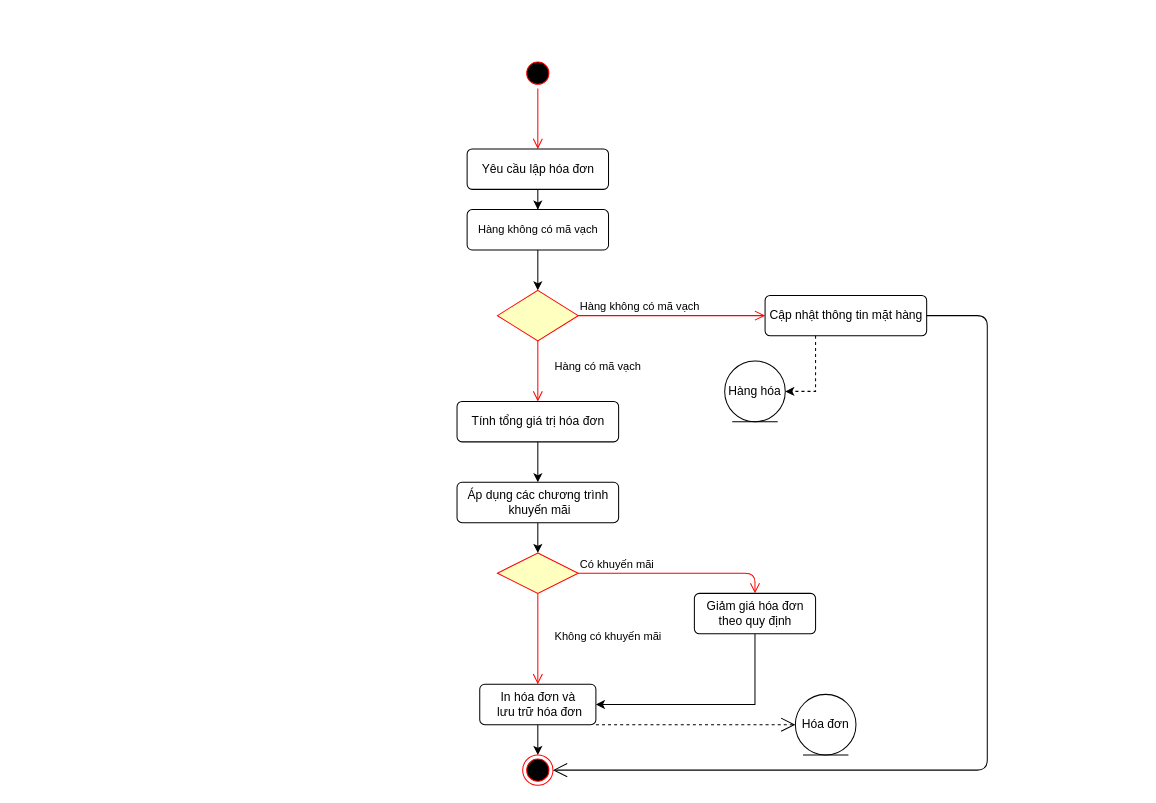
This is Diagram/Activity/QL_HoaDon.drawio from TccKaiCi/PTTK_CuaHangGiay, a draw.io file, before an edit. Source tidied: cells renumbered, new cells numbered last; positions are measured from the earlier drawing's top-left corner, leaving out a move shared by most shapes. Both pictures are drawn from the tidied source at 101%, with x=0, y=0 at pixel (457, 58).
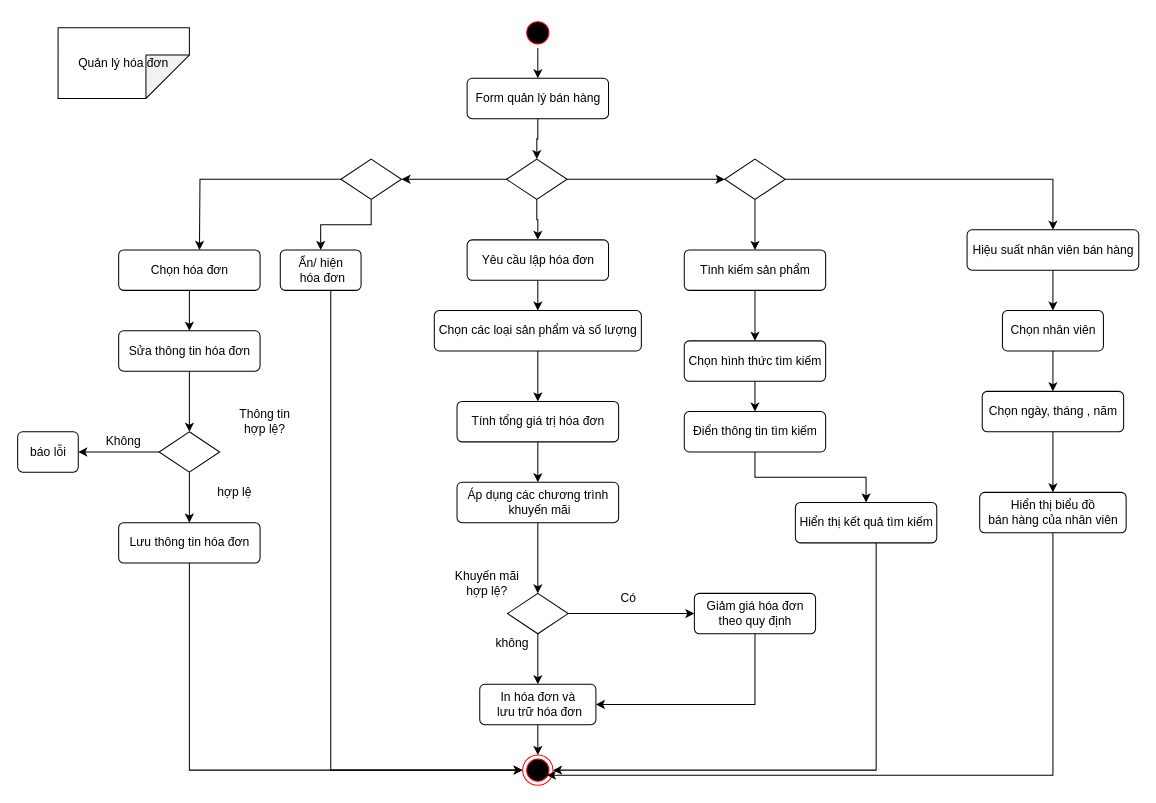
The same page after the edit.

The change refers to these unchanged cells:
```xml
<mxCell id="9" style="ellipse;html=1;shape=endState;fillColor=#000000;strokeColor=#ff0000;labelBackgroundColor=#ffffff;" parent="1" vertex="1">
  <mxGeometry x="65" y="690" width="30" height="30" as="geometry" />
</mxCell>
<mxCell id="18" value="Tính tổng giá trị hóa đơn" style="html=1;align=center;verticalAlign=middle;rounded=1;absoluteArcSize=1;arcSize=10;dashed=0;" parent="1" vertex="1">
  <mxGeometry y="340" width="160" height="40" as="geometry" />
</mxCell>
<mxCell id="20" value="Áp dụng các chương trình&lt;br&gt;&amp;nbsp;khuyến mãi" style="html=1;align=center;verticalAlign=middle;rounded=1;absoluteArcSize=1;arcSize=10;dashed=0;" parent="1" vertex="1">
  <mxGeometry y="420" width="160" height="40" as="geometry" />
</mxCell>
<mxCell id="25" value="Giảm giá hóa đơn &lt;br&gt;theo quy định" style="html=1;align=center;verticalAlign=middle;rounded=1;absoluteArcSize=1;arcSize=10;dashed=0;" parent="1" vertex="1">
  <mxGeometry x="235" y="530" width="120" height="40" as="geometry" />
</mxCell>
<mxCell id="26" value="In hóa đơn và&lt;br&gt;&amp;nbsp;lưu trữ hóa đơn" style="html=1;align=center;verticalAlign=middle;rounded=1;absoluteArcSize=1;arcSize=10;dashed=0;" parent="1" vertex="1">
  <mxGeometry x="22.5" y="620" width="115" height="40" as="geometry" />
</mxCell>
```

What changed in the source:
```diff
@@
+    <mxCell id="29" style="edgeStyle=orthogonalEdgeStyle;rounded=0;jettySize=auto;html=1;" parent="1" edge="1" source="2" target="36">
+      <mxGeometry relative="1" as="geometry" />
+    </mxCell>
     <mxCell id="2" style="ellipse;html=1;shape=startState;fillColor=#000000;strokeColor=#ff0000;" parent="1" vertex="1">
-      <mxGeometry x="65" width="30" height="30" as="geometry" />
+      <mxGeometry x="65" y="-40" width="30" height="30" as="geometry" />
     </mxCell>
-    <mxCell id="3" style="edgeStyle=orthogonalEdgeStyle;html=1;verticalAlign=bottom;endArrow=open;endSize=8;strokeColor=#ff0000;" parent="1" edge="1" source="2" target="5">
-      <mxGeometry relative="1" as="geometry" />
-    </mxCell>
-    <mxCell id="4" style="edgeStyle=orthogonalEdgeStyle;rounded=0;jettySize=auto;html=1;entryX=0.5;entryY=0;entryDx=0;entryDy=0;" parent="1" edge="1" source="5" target="7">
-      <mxGeometry relative="1" as="geometry" />
-    </mxCell>
+    <mxCell id="30" style="edgeStyle=orthogonalEdgeStyle;rounded=0;jettySize=auto;html=1;" parent="1" edge="1" source="5" target="42">
+      <mxGeometry relative="1" as="geometry" />
+    </mxCell>
     <mxCell id="5" value="Yêu cầu lập hóa đơn" style="html=1;align=center;verticalAlign=middle;rounded=1;absoluteArcSize=1;arcSize=10;dashed=0;" parent="1" vertex="1">
-      <mxGeometry x="10" y="90" width="140" height="40" as="geometry" />
+      <mxGeometry x="10" y="180" width="140" height="40" as="geometry" />
     </mxCell>
-    <mxCell id="6" style="edgeStyle=orthogonalEdgeStyle;rounded=0;jettySize=auto;html=1;entryX=0.5;entryY=0;entryDx=0;entryDy=0;" parent="1" edge="1" source="7">
-      <mxGeometry relative="1" as="geometry">
-        <mxPoint x="80" y="230" as="targetPoint" />
-      </mxGeometry>
-    </mxCell>
-    <mxCell id="7" value="&#10;&#10;&lt;span style=&quot;color: rgb(0, 0, 0); font-family: helvetica; font-size: 11px; font-style: normal; font-weight: 400; letter-spacing: normal; text-align: left; text-indent: 0px; text-transform: none; word-spacing: 0px; background-color: rgb(255, 255, 255); display: inline; float: none;&quot;&gt;Hàng không có mã vạch&lt;/span&gt;&#10;&#10;" style="html=1;align=center;verticalAlign=middle;rounded=1;absoluteArcSize=1;arcSize=10;dashed=0;" parent="1" vertex="1">
-      <mxGeometry x="10" y="150" width="140" height="40" as="geometry" />
-    </mxCell>
@@
-    <mxCell id="10" style="rhombus;whiteSpace=wrap;html=1;fillColor=#ffffc0;strokeColor=#ff0000;" parent="1" vertex="1">
-      <mxGeometry x="40" y="230" width="80" height="50" as="geometry" />
-    </mxCell>
-    <mxCell id="11" value="Hàng không có mã vạch" style="edgeStyle=orthogonalEdgeStyle;html=1;align=left;verticalAlign=bottom;endArrow=open;endSize=8;strokeColor=#ff0000;" parent="1" edge="1" source="10">
-      <mxGeometry x="-1" relative="1" as="geometry">
-        <mxPoint x="305" y="255" as="targetPoint" />
-      </mxGeometry>
-    </mxCell>
-    <mxCell id="12" value="Hàng&amp;nbsp;có mã vạch" style="edgeStyle=orthogonalEdgeStyle;html=1;align=left;verticalAlign=top;endArrow=open;endSize=8;strokeColor=#ff0000;entryX=0.5;entryY=0;entryDx=0;entryDy=0;" parent="1" edge="1" source="10" target="18">
-      <mxGeometry x="-0.6" y="15" relative="1" as="geometry" />
-    </mxCell>
-    <mxCell id="13" value="Cập nhật thông tin mặt hàng" style="html=1;align=center;verticalAlign=middle;rounded=1;absoluteArcSize=1;arcSize=10;dashed=0;" parent="1" vertex="1">
-      <mxGeometry x="305" y="235" width="160" height="40" as="geometry" />
-    </mxCell>
-    <mxCell id="14" style="edgeStyle=orthogonalEdgeStyle;rounded=0;jettySize=auto;html=1;dashed=1;" parent="1" edge="1" target="15">
-      <mxGeometry relative="1" as="geometry">
-        <mxPoint x="355" y="275" as="sourcePoint" />
-        <Array as="points">
-          <mxPoint x="355" y="290" />
-          <mxPoint x="355" y="290" />
-        </Array>
-      </mxGeometry>
-    </mxCell>
-    <mxCell id="15" value="Hàng hóa" style="ellipse;shape=umlEntity;whiteSpace=wrap;html=1;" parent="1" vertex="1">
-      <mxGeometry x="265" y="300" width="60" height="60" as="geometry" />
-    </mxCell>
-    <mxCell id="16" style="endArrow=open;endFill=1;endSize=12;html=1;exitX=1;exitY=0.5;exitDx=0;exitDy=0;entryX=1;entryY=0.5;entryDx=0;entryDy=0;" parent="1" edge="1" source="13" target="9">
-      <mxGeometry relative="1" as="geometry">
-        <Array as="points">
-          <mxPoint x="525" y="255" />
-          <mxPoint x="525" y="705" />
-        </Array>
-      </mxGeometry>
-    </mxCell>
@@
-    <mxCell id="19" style="edgeStyle=orthogonalEdgeStyle;rounded=0;jettySize=auto;html=1;entryX=0.5;entryY=0;entryDx=0;entryDy=0;" parent="1" edge="1" source="20" target="21">
-      <mxGeometry relative="1" as="geometry" />
-    </mxCell>
+    <mxCell id="31" style="edgeStyle=orthogonalEdgeStyle;rounded=0;jettySize=auto;html=1;" parent="1" edge="1" source="20" target="34">
+      <mxGeometry relative="1" as="geometry" />
+    </mxCell>
@@
-    <mxCell id="21" style="rhombus;whiteSpace=wrap;html=1;fillColor=#ffffc0;strokeColor=#ff0000;" parent="1" vertex="1">
-      <mxGeometry x="40" y="490" width="80" height="40" as="geometry" />
-    </mxCell>
-    <mxCell id="22" value="Có khuyến mãi" style="edgeStyle=orthogonalEdgeStyle;html=1;align=left;verticalAlign=bottom;endArrow=open;endSize=8;strokeColor=#ff0000;entryX=0.5;entryY=0;entryDx=0;entryDy=0;" parent="1" edge="1" source="21" target="25">
-      <mxGeometry x="-1" relative="1" as="geometry" />
-    </mxCell>
-    <mxCell id="23" value="Không có khuyến mãi" style="edgeStyle=orthogonalEdgeStyle;html=1;align=left;verticalAlign=top;endArrow=open;endSize=8;strokeColor=#ff0000;entryX=0.5;entryY=0;entryDx=0;entryDy=0;" parent="1" edge="1" source="21" target="26">
-      <mxGeometry x="-0.33" y="15" relative="1" as="geometry" />
-    </mxCell>
@@
-    <mxCell id="27" value="Hóa đơn" style="ellipse;shape=umlEntity;whiteSpace=wrap;html=1;" parent="1" vertex="1">
-      <mxGeometry x="335" y="630" width="60" height="60" as="geometry" />
-    </mxCell>
-    <mxCell id="28" style="endArrow=open;endFill=1;endSize=12;html=1;exitX=1;exitY=1;exitDx=0;exitDy=0;dashed=1;" parent="1" edge="1" source="26" target="27">
-      <mxGeometry relative="1" as="geometry" />
-    </mxCell>
+    <mxCell id="32" style="edgeStyle=orthogonalEdgeStyle;rounded=0;jettySize=auto;html=1;" parent="1" edge="1" source="34" target="26">
+      <mxGeometry relative="1" as="geometry" />
+    </mxCell>
+    <mxCell id="33" style="edgeStyle=orthogonalEdgeStyle;rounded=0;jettySize=auto;html=1;" parent="1" edge="1" source="34" target="25">
+      <mxGeometry relative="1" as="geometry" />
+    </mxCell>
+    <mxCell id="34" style="rhombus;whiteSpace=wrap;html=1;" parent="1" vertex="1">
+      <mxGeometry x="50" y="530" width="60" height="40" as="geometry" />
+    </mxCell>
+    <mxCell id="35" style="edgeStyle=orthogonalEdgeStyle;rounded=0;jettySize=auto;html=1;" parent="1" edge="1" source="36" target="40">
+      <mxGeometry relative="1" as="geometry" />
+    </mxCell>
+    <mxCell id="36" value="Form quản lý bán hàng" style="html=1;align=center;verticalAlign=middle;rounded=1;absoluteArcSize=1;arcSize=10;dashed=0;" parent="1" vertex="1">
+      <mxGeometry x="10" y="20" width="140" height="40" as="geometry" />
+    </mxCell>
+    <mxCell id="37" style="edgeStyle=orthogonalEdgeStyle;rounded=0;jettySize=auto;html=1;" parent="1" edge="1" source="40" target="5">
+      <mxGeometry relative="1" as="geometry" />
+    </mxCell>
+    <mxCell id="38" style="edgeStyle=orthogonalEdgeStyle;rounded=0;jettySize=auto;html=1;entryX=1;entryY=0.5;entryDx=0;entryDy=0;" parent="1" edge="1" source="40" target="50">
+      <mxGeometry relative="1" as="geometry" />
+    </mxCell>
+    <mxCell id="39" style="edgeStyle=orthogonalEdgeStyle;rounded=0;jettySize=auto;html=1;" parent="1" edge="1" source="40" target="69">
+      <mxGeometry relative="1" as="geometry" />
+    </mxCell>
+    <mxCell id="40" style="rhombus;whiteSpace=wrap;html=1;" parent="1" vertex="1">
+      <mxGeometry x="49" y="100" width="60" height="40" as="geometry" />
+    </mxCell>
+    <mxCell id="41" style="edgeStyle=orthogonalEdgeStyle;rounded=0;jettySize=auto;html=1;" parent="1" edge="1" source="42" target="18">
+      <mxGeometry relative="1" as="geometry" />
+    </mxCell>
+    <mxCell id="42" value="Chọn các loại sản phẩm và số lượng" style="html=1;align=center;verticalAlign=middle;rounded=1;absoluteArcSize=1;arcSize=10;dashed=0;" parent="1" vertex="1">
+      <mxGeometry x="-22.5" y="250" width="205" height="40" as="geometry" />
+    </mxCell>
+    <mxCell id="43" value="Khuyến mãi hợp lệ?" style="text;html=1;strokeColor=none;fillColor=none;align=center;verticalAlign=middle;whiteSpace=wrap;rounded=0;" parent="1" vertex="1">
+      <mxGeometry x="-5" y="510" width="70" height="20" as="geometry" />
+    </mxCell>
+    <mxCell id="44" value="không" style="text;html=1;strokeColor=none;fillColor=none;align=center;verticalAlign=middle;whiteSpace=wrap;rounded=0;" parent="1" vertex="1">
+      <mxGeometry x="35" y="570" width="40" height="20" as="geometry" />
+    </mxCell>
+    <mxCell id="45" value="Có" style="text;html=1;strokeColor=none;fillColor=none;align=center;verticalAlign=middle;whiteSpace=wrap;rounded=0;" parent="1" vertex="1">
+      <mxGeometry x="150" y="525" width="40" height="20" as="geometry" />
+    </mxCell>
+    <mxCell id="46" style="edgeStyle=orthogonalEdgeStyle;rounded=0;jettySize=auto;html=1;entryX=0;entryY=0.5;entryDx=0;entryDy=0;" parent="1" edge="1" source="47" target="9">
+      <mxGeometry relative="1" as="geometry">
+        <Array as="points">
+          <mxPoint x="-125" y="705" />
+        </Array>
+      </mxGeometry>
+    </mxCell>
+    <mxCell id="47" value="Ẩn/ hiện&lt;br&gt;&amp;nbsp;hóa đơn" style="html=1;align=center;verticalAlign=middle;rounded=1;absoluteArcSize=1;arcSize=10;dashed=0;" parent="1" vertex="1">
+      <mxGeometry x="-175" y="190" width="80" height="40" as="geometry" />
+    </mxCell>
+    <mxCell id="48" style="edgeStyle=orthogonalEdgeStyle;rounded=0;jettySize=auto;html=1;" parent="1" edge="1" source="50" target="47">
+      <mxGeometry relative="1" as="geometry" />
+    </mxCell>
+    <mxCell id="49" style="edgeStyle=orthogonalEdgeStyle;rounded=0;jettySize=auto;html=1;" parent="1" edge="1" source="50">
+      <mxGeometry relative="1" as="geometry">
+        <mxPoint x="-255" y="190" as="targetPoint" />
+      </mxGeometry>
+    </mxCell>
+    <mxCell id="50" style="rhombus;whiteSpace=wrap;html=1;" parent="1" vertex="1">
+      <mxGeometry x="-115" y="100" width="60" height="40" as="geometry" />
+    </mxCell>
+    <mxCell id="51" style="edgeStyle=orthogonalEdgeStyle;rounded=0;jettySize=auto;html=1;" parent="1" edge="1" source="52" target="55">
+      <mxGeometry relative="1" as="geometry" />
+    </mxCell>
+    <mxCell id="52" value="Chọn hóa đơn" style="html=1;align=center;verticalAlign=middle;rounded=1;absoluteArcSize=1;arcSize=10;dashed=0;" parent="1" vertex="1">
+      <mxGeometry x="-335" y="190" width="140" height="40" as="geometry" />
+    </mxCell>
+    <mxCell id="53" value="Quản lý hóa đơn" style="shape=note;whiteSpace=wrap;html=1;backgroundOutline=1;darkOpacity=0.05;rotation=0;direction=south;size=43;" parent="1" vertex="1">
+      <mxGeometry x="-395" y="-30" width="130" height="70" as="geometry" />
+    </mxCell>
+    <mxCell id="54" style="edgeStyle=orthogonalEdgeStyle;rounded=0;jettySize=auto;html=1;" parent="1" edge="1" source="55" target="59">
+      <mxGeometry relative="1" as="geometry" />
+    </mxCell>
+    <mxCell id="55" value="Sửa thông tin hóa đơn" style="html=1;align=center;verticalAlign=middle;rounded=1;absoluteArcSize=1;arcSize=10;dashed=0;" parent="1" vertex="1">
+      <mxGeometry x="-335" y="270" width="140" height="40" as="geometry" />
+    </mxCell>
+    <mxCell id="56" value="báo lỗi" style="html=1;align=center;verticalAlign=middle;rounded=1;absoluteArcSize=1;arcSize=10;dashed=0;" parent="1" vertex="1">
+      <mxGeometry x="-435" y="370" width="60" height="40" as="geometry" />
+    </mxCell>
+    <mxCell id="57" style="edgeStyle=orthogonalEdgeStyle;rounded=0;jettySize=auto;html=1;" parent="1" edge="1" source="59" target="56">
+      <mxGeometry relative="1" as="geometry" />
+    </mxCell>
+    <mxCell id="58" style="edgeStyle=orthogonalEdgeStyle;rounded=0;jettySize=auto;html=1;" parent="1" edge="1" source="59" target="64">
+      <mxGeometry relative="1" as="geometry" />
+    </mxCell>
+    <mxCell id="59" style="rhombus;whiteSpace=wrap;html=1;" parent="1" vertex="1">
+      <mxGeometry x="-295" y="370" width="60" height="40" as="geometry" />
+    </mxCell>
+    <mxCell id="60" value="Thông tin hợp lệ?" style="text;html=1;strokeColor=none;fillColor=none;align=center;verticalAlign=middle;whiteSpace=wrap;rounded=0;" parent="1" vertex="1">
+      <mxGeometry x="-225" y="350" width="70" height="20" as="geometry" />
+    </mxCell>
+    <mxCell id="61" value="Không" style="text;html=1;strokeColor=none;fillColor=none;align=center;verticalAlign=middle;whiteSpace=wrap;rounded=0;" parent="1" vertex="1">
+      <mxGeometry x="-365" y="370" width="70" height="20" as="geometry" />
+    </mxCell>
+    <mxCell id="62" value="hợp lệ" style="text;html=1;strokeColor=none;fillColor=none;align=center;verticalAlign=middle;whiteSpace=wrap;rounded=0;" parent="1" vertex="1">
+      <mxGeometry x="-255" y="420" width="70" height="20" as="geometry" />
+    </mxCell>
+    <mxCell id="63" style="edgeStyle=orthogonalEdgeStyle;rounded=0;jettySize=auto;html=1;" parent="1" edge="1" source="64" target="9">
+      <mxGeometry relative="1" as="geometry">
+        <Array as="points">
+          <mxPoint x="-265" y="705" />
+        </Array>
+      </mxGeometry>
+    </mxCell>
+    <mxCell id="64" value="Lưu thông tin hóa đơn" style="html=1;align=center;verticalAlign=middle;rounded=1;absoluteArcSize=1;arcSize=10;dashed=0;" parent="1" vertex="1">
+      <mxGeometry x="-335" y="460" width="140" height="40" as="geometry" />
+    </mxCell>
+    <mxCell id="65" style="edgeStyle=orthogonalEdgeStyle;rounded=0;jettySize=auto;html=1;" parent="1" edge="1" source="66" target="79">
+      <mxGeometry relative="1" as="geometry" />
+    </mxCell>
+    <mxCell id="66" value="Tình kiếm sản phẩm" style="html=1;align=center;verticalAlign=middle;rounded=1;absoluteArcSize=1;arcSize=10;dashed=0;" parent="1" vertex="1">
+      <mxGeometry x="225" y="190" width="140" height="40" as="geometry" />
+    </mxCell>
+    <mxCell id="67" style="edgeStyle=orthogonalEdgeStyle;rounded=0;jettySize=auto;html=1;" parent="1" edge="1" source="69" target="66">
+      <mxGeometry relative="1" as="geometry" />
+    </mxCell>
+    <mxCell id="68" style="edgeStyle=orthogonalEdgeStyle;rounded=0;jettySize=auto;html=1;" parent="1" edge="1" source="69" target="71">
+      <mxGeometry relative="1" as="geometry" />
+    </mxCell>
+    <mxCell id="69" style="rhombus;whiteSpace=wrap;html=1;" parent="1" vertex="1">
+      <mxGeometry x="265" y="100" width="60" height="40" as="geometry" />
+    </mxCell>
+    <mxCell id="70" style="edgeStyle=orthogonalEdgeStyle;rounded=0;jettySize=auto;html=1;" parent="1" edge="1" source="71" target="73">
+      <mxGeometry relative="1" as="geometry" />
+    </mxCell>
+    <mxCell id="71" value="Hiệu suất nhân viên bán hàng" style="html=1;align=center;verticalAlign=middle;rounded=1;absoluteArcSize=1;arcSize=10;dashed=0;" parent="1" vertex="1">
+      <mxGeometry x="505" y="170" width="170" height="40" as="geometry" />
+    </mxCell>
+    <mxCell id="72" style="edgeStyle=orthogonalEdgeStyle;rounded=0;jettySize=auto;html=1;" parent="1" edge="1" source="73" target="75">
+      <mxGeometry relative="1" as="geometry" />
+    </mxCell>
+    <mxCell id="73" value="Chọn nhân viên" style="html=1;align=center;verticalAlign=middle;rounded=1;absoluteArcSize=1;arcSize=10;dashed=0;" parent="1" vertex="1">
+      <mxGeometry x="540" y="250" width="100" height="40" as="geometry" />
+    </mxCell>
+    <mxCell id="74" style="edgeStyle=orthogonalEdgeStyle;rounded=0;jettySize=auto;html=1;" parent="1" edge="1" source="75" target="77">
+      <mxGeometry relative="1" as="geometry" />
+    </mxCell>
+    <mxCell id="75" value="Chọn ngày, tháng , năm" style="html=1;align=center;verticalAlign=middle;rounded=1;absoluteArcSize=1;arcSize=10;dashed=0;" parent="1" vertex="1">
+      <mxGeometry x="520" y="330" width="140" height="40" as="geometry" />
+    </mxCell>
+    <mxCell id="76" style="edgeStyle=orthogonalEdgeStyle;rounded=0;jettySize=auto;html=1;entryX=0.8;entryY=0.667;entryDx=0;entryDy=0;entryPerimeter=0;" parent="1" edge="1" source="77" target="9">
+      <mxGeometry relative="1" as="geometry">
+        <Array as="points">
+          <mxPoint x="590" y="710" />
+        </Array>
+      </mxGeometry>
+    </mxCell>
+    <mxCell id="77" value="Hiển thị biểu đồ &lt;br&gt;bán hàng của nhân viên" style="html=1;align=center;verticalAlign=middle;rounded=1;absoluteArcSize=1;arcSize=10;dashed=0;" parent="1" vertex="1">
+      <mxGeometry x="517.5" y="430" width="145" height="40" as="geometry" />
+    </mxCell>
+    <mxCell id="78" style="edgeStyle=orthogonalEdgeStyle;rounded=0;jettySize=auto;html=1;" parent="1" edge="1" source="79" target="81">
+      <mxGeometry relative="1" as="geometry" />
+    </mxCell>
+    <mxCell id="79" value="Chọn hình thức tìm kiếm" style="html=1;align=center;verticalAlign=middle;rounded=1;absoluteArcSize=1;arcSize=10;dashed=0;" parent="1" vertex="1">
+      <mxGeometry x="225" y="280" width="140" height="40" as="geometry" />
+    </mxCell>
+    <mxCell id="80" style="edgeStyle=orthogonalEdgeStyle;rounded=0;jettySize=auto;html=1;" parent="1" edge="1" source="81" target="83">
+      <mxGeometry relative="1" as="geometry" />
+    </mxCell>
+    <mxCell id="81" value="Điển thông tin tìm kiếm" style="html=1;align=center;verticalAlign=middle;rounded=1;absoluteArcSize=1;arcSize=10;dashed=0;" parent="1" vertex="1">
+      <mxGeometry x="225" y="350" width="140" height="40" as="geometry" />
+    </mxCell>
+    <mxCell id="82" style="edgeStyle=orthogonalEdgeStyle;rounded=0;jettySize=auto;html=1;" parent="1" edge="1" source="83" target="9">
+      <mxGeometry relative="1" as="geometry">
+        <Array as="points">
+          <mxPoint x="415" y="705" />
+        </Array>
+      </mxGeometry>
+    </mxCell>
+    <mxCell id="83" value="Hiển thị kết quả tìm kiếm" style="html=1;align=center;verticalAlign=middle;rounded=1;absoluteArcSize=1;arcSize=10;dashed=0;" parent="1" vertex="1">
+      <mxGeometry x="335" y="440" width="140" height="40" as="geometry" />
+    </mxCell>
```
